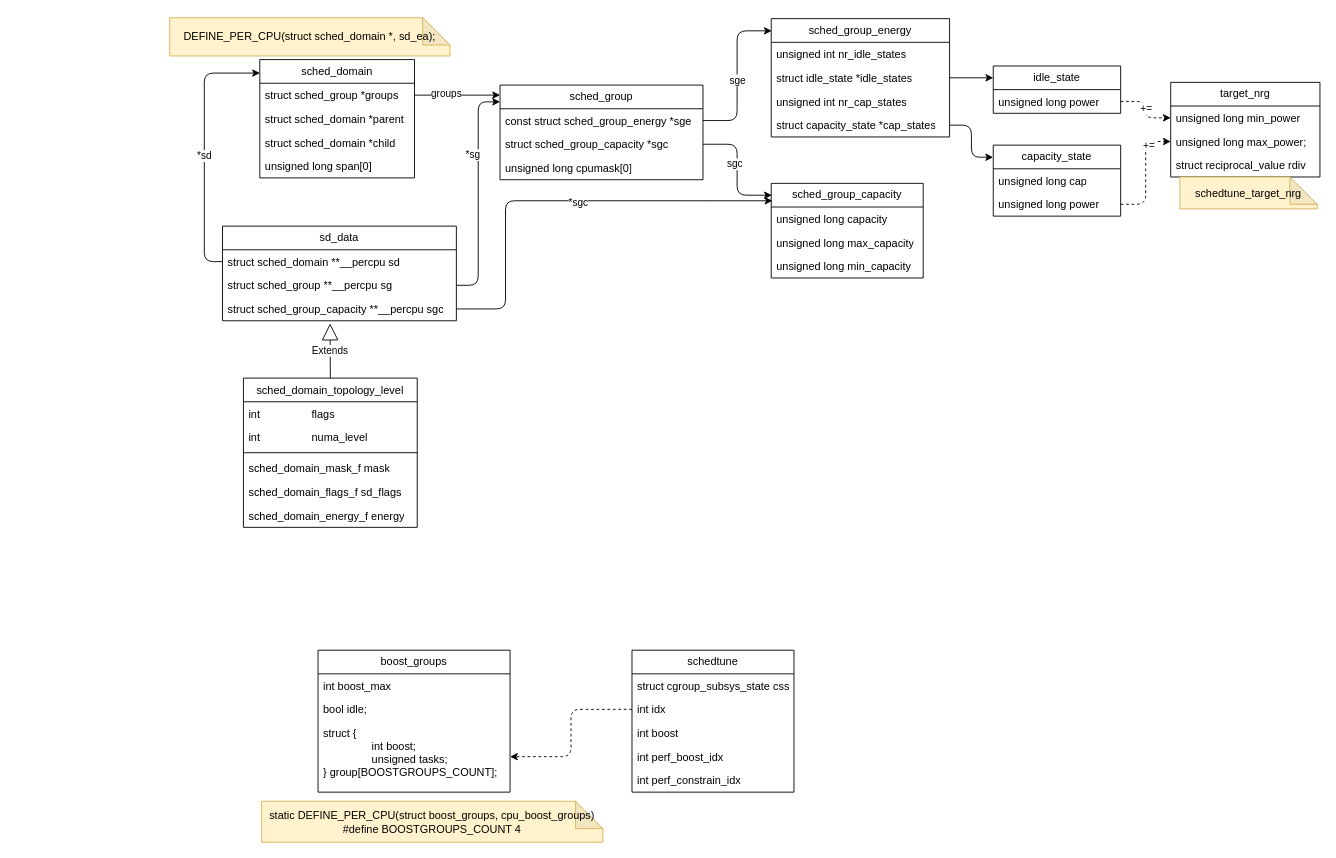
The draw.io diagram schedtune.drawio in jasonactions/graph, before the edit. Source tidied: cells renumbered, new cells numbered last; positions are measured from the earlier drawing's top-left corner, leaving out a move shared by most shapes. Both pictures are drawn from the tidied source at 91%, with x=0, y=0 at pixel (169, 17).
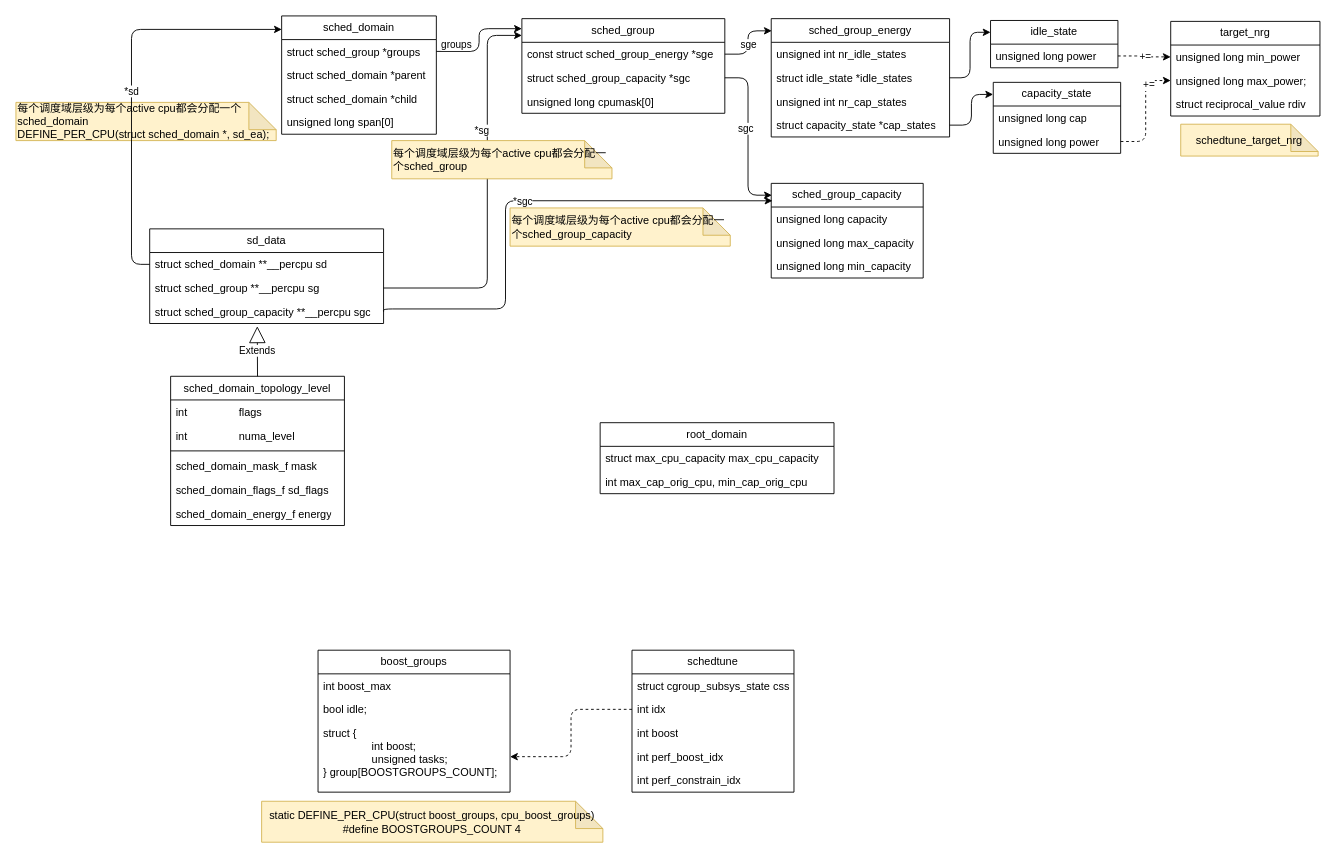
The same diagram, later.

Unchanged cells that the change refers to:
```xml
<mxCell id="7" value="struct sched_group *groups" style="text;strokeColor=none;fillColor=none;align=left;verticalAlign=top;spacingLeft=4;spacingRight=4;overflow=hidden;points=[[0,0.5],[1,0.5]];portConstraint=eastwest;whiteSpace=wrap;html=1;" parent="6" vertex="1">
  <mxGeometry y="26" width="170" height="26" as="geometry" />
</mxCell>
<mxCell id="56" value="struct sched_domain **__percpu sd" style="text;strokeColor=none;fillColor=none;align=left;verticalAlign=top;spacingLeft=4;spacingRight=4;overflow=hidden;points=[[0,0.5],[1,0.5]];portConstraint=eastwest;whiteSpace=wrap;html=1;" parent="55" vertex="1">
  <mxGeometry y="26" width="257" height="26" as="geometry" />
</mxCell>
<mxCell id="57" value="struct sched_group **__percpu sg" style="text;strokeColor=none;fillColor=none;align=left;verticalAlign=top;spacingLeft=4;spacingRight=4;overflow=hidden;points=[[0,0.5],[1,0.5]];portConstraint=eastwest;whiteSpace=wrap;html=1;" parent="55" vertex="1">
  <mxGeometry y="52" width="257" height="26" as="geometry" />
</mxCell>
<mxCell id="71" style="edgeStyle=orthogonalEdgeStyle;rounded=1;jettySize=auto;html=1;entryX=0.008;entryY=0.184;entryDx=0;entryDy=0;entryPerimeter=0;curved=0;exitX=1;exitY=0.5;exitDx=0;exitDy=0;" parent="1" edge="1" source="58" target="30">
  <mxGeometry relative="1" as="geometry">
    <Array as="points">
      <mxPoint x="369" y="320" />
      <mxPoint x="369" y="201" />
    </Array>
  </mxGeometry>
</mxCell>
```

Diff of the diagram source:
```diff
@@
     <mxCell id="2" value="target_nrg" style="swimlane;fontStyle=0;horizontal=1;startSize=26;fillColor=none;whiteSpace=wrap;html=1;" parent="1" vertex="1">
-      <mxGeometry x="1100" y="71" width="164" height="104" as="geometry" />
+      <mxGeometry x="1100" y="4" width="164" height="104" as="geometry" />
     </mxCell>
@@
     <mxCell id="6" value="sched_domain" style="swimlane;fontStyle=0;horizontal=1;startSize=26;fillColor=none;whiteSpace=wrap;html=1;" parent="1" vertex="1">
-      <mxGeometry x="99" y="46" width="170" height="130" as="geometry" />
+      <mxGeometry x="123" y="-2" width="170" height="130" as="geometry" />
     </mxCell>
@@
     <mxCell id="11" value="sched_group" style="swimlane;fontStyle=0;horizontal=1;startSize=26;fillColor=none;whiteSpace=wrap;html=1;" parent="1" vertex="1">
-      <mxGeometry x="363" y="74" width="223" height="104" as="geometry" />
+      <mxGeometry x="387" y="1" width="223" height="104" as="geometry" />
     </mxCell>
@@
-    <mxCell id="15" style="edgeStyle=orthogonalEdgeStyle;rounded=0;jettySize=auto;html=1;entryX=0;entryY=0.106;entryDx=0;entryDy=0;entryPerimeter=0;" parent="1" edge="1" source="7" target="11">
+    <mxCell id="15" style="edgeStyle=orthogonalEdgeStyle;rounded=1;jettySize=auto;html=1;entryX=0;entryY=0.106;entryDx=0;entryDy=0;entryPerimeter=0;curved=0;" parent="1" edge="1" source="7" target="11">
       <mxGeometry relative="1" as="geometry" />
     </mxCell>
     <mxCell id="16" value="groups" style="edgeLabel;html=1;align=center;verticalAlign=middle;" parent="15" vertex="1">
-      <mxGeometry x="-0.27" y="2" relative="1" as="geometry" />
+      <mxGeometry x="-0.27" y="2" relative="1" as="geometry">
+        <mxPoint x="-22" y="-6" as="offset" />
+      </mxGeometry>
     </mxCell>
@@
     <mxCell id="29" value="schedtune_target_nrg" style="shape=note;whiteSpace=wrap;html=1;backgroundOutline=1;darkOpacity=0.05;fillColor=#fff2cc;strokeColor=#d6b656;" parent="1" vertex="1">
-      <mxGeometry x="1110" y="175" width="151" height="35" as="geometry" />
+      <mxGeometry x="1111" y="117" width="151" height="35" as="geometry" />
     </mxCell>
@@
     <mxCell id="43" value="idle_state" style="swimlane;fontStyle=0;horizontal=1;startSize=26;fillColor=none;whiteSpace=wrap;html=1;" parent="1" vertex="1">
-      <mxGeometry x="905" y="53" width="140" height="52" as="geometry" />
+      <mxGeometry x="902" y="3" width="140" height="52" as="geometry" />
     </mxCell>
@@
     <mxCell id="46" value="capacity_state" style="swimlane;fontStyle=0;horizontal=1;startSize=26;fillColor=none;whiteSpace=wrap;html=1;" parent="1" vertex="1">
-      <mxGeometry x="905" y="140" width="140" height="78" as="geometry" />
+      <mxGeometry x="905" y="71" width="140" height="78" as="geometry" />
     </mxCell>
@@
-    <mxCell id="50" value="DEFINE_PER_CPU(struct sched_domain *, sd_ea);" style="shape=note;whiteSpace=wrap;html=1;backgroundOutline=1;darkOpacity=0.05;fillColor=#fff2cc;strokeColor=#d6b656;" parent="1" vertex="1">
-      <mxGeometry width="308" height="42" as="geometry" />
+    <mxCell id="50" value="&lt;div&gt;每个调度域层级为每个active cpu都会分配一个sched_domain&lt;/div&gt;DEFINE_PER_CPU(struct sched_domain *, sd_ea);" style="shape=note;whiteSpace=wrap;html=1;backgroundOutline=1;darkOpacity=0.05;fillColor=#fff2cc;strokeColor=#d6b656;align=left;" parent="1" vertex="1">
+      <mxGeometry x="-169" y="93" width="286" height="42" as="geometry" />
     </mxCell>
@@
     <mxCell id="55" value="sd_data" style="swimlane;fontStyle=0;horizontal=1;startSize=26;fillColor=none;whiteSpace=wrap;html=1;" parent="1" vertex="1">
-      <mxGeometry x="58" y="229" width="257" height="104" as="geometry" />
+      <mxGeometry x="-22" y="232" width="257" height="104" as="geometry" />
     </mxCell>
@@
     <mxCell id="59" value="&lt;span style=&quot;font-weight: 400;&quot;&gt;sched_domain_topology_level&lt;/span&gt;" style="swimlane;fontStyle=1;align=center;verticalAlign=top;horizontal=1;startSize=26;whiteSpace=wrap;html=1;" parent="1" vertex="1">
-      <mxGeometry x="81" y="396" width="191" height="164" as="geometry" />
+      <mxGeometry x="1" y="394" width="191" height="164" as="geometry" />
     </mxCell>
@@
-    <mxCell id="67" style="edgeStyle=orthogonalEdgeStyle;rounded=1;jettySize=auto;html=1;entryX=0.001;entryY=0.114;entryDx=0;entryDy=0;entryPerimeter=0;curved=0;" parent="1" edge="1" source="56" target="6">
+    <mxCell id="67" style="edgeStyle=orthogonalEdgeStyle;rounded=1;jettySize=auto;html=1;entryX=0.001;entryY=0.114;entryDx=0;entryDy=0;entryPerimeter=0;curved=0;exitX=0;exitY=0.5;exitDx=0;exitDy=0;" parent="1" edge="1" source="56" target="6">
       <mxGeometry relative="1" as="geometry" />
     </mxCell>
@@
     <mxCell id="69" style="edgeStyle=orthogonalEdgeStyle;rounded=1;jettySize=auto;html=1;entryX=0;entryY=0.177;entryDx=0;entryDy=0;entryPerimeter=0;curved=0;" parent="1" edge="1" source="57" target="11">
-      <mxGeometry relative="1" as="geometry" />
+      <mxGeometry relative="1" as="geometry">
+        <Array as="points">
+          <mxPoint x="349" y="297" />
+          <mxPoint x="349" y="19" />
+        </Array>
+      </mxGeometry>
     </mxCell>
     <mxCell id="70" value="*sg" style="edgeLabel;html=1;align=center;verticalAlign=middle;" parent="69" vertex="1">
       <mxGeometry x="0.19" y="1" relative="1" as="geometry">
-        <mxPoint x="-6" y="-19" as="offset" />
+        <mxPoint x="-6" y="-32" as="offset" />
       </mxGeometry>
     </mxCell>
@@
     <mxCell id="72" value="*sgc" style="edgeLabel;html=1;align=center;verticalAlign=middle;" parent="71" vertex="1">
       <mxGeometry x="0.08" y="4" relative="1" as="geometry">
-        <mxPoint y="5" as="offset" />
+        <mxPoint x="-23" y="4" as="offset" />
       </mxGeometry>
     </mxCell>
+    <mxCell id="73" value="&lt;div&gt;每个调度域层级为每个active cpu都会分配一个sched_group&lt;/div&gt;" style="shape=note;whiteSpace=wrap;html=1;backgroundOutline=1;darkOpacity=0.05;fillColor=#fff2cc;strokeColor=#d6b656;align=left;" parent="1" vertex="1">
+      <mxGeometry x="244" y="135" width="242" height="42" as="geometry" />
+    </mxCell>
+    <mxCell id="74" value="&lt;div&gt;每个调度域层级为每个active cpu都会分配一个&lt;span style=&quot;text-align: center; background-color: initial;&quot;&gt;sched_group_capacity&lt;/span&gt;&lt;/div&gt;" style="shape=note;whiteSpace=wrap;html=1;backgroundOutline=1;darkOpacity=0.05;fillColor=#fff2cc;strokeColor=#d6b656;align=left;" parent="1" vertex="1">
+      <mxGeometry x="374" y="209" width="242" height="42" as="geometry" />
+    </mxCell>
+    <mxCell id="75" value="root_domain" style="swimlane;fontStyle=0;horizontal=1;startSize=26;fillColor=none;whiteSpace=wrap;html=1;" parent="1" vertex="1">
+      <mxGeometry x="473" y="445" width="257" height="78" as="geometry" />
+    </mxCell>
+    <mxCell id="76" value="struct max_cpu_capacity max_cpu_capacity" style="text;strokeColor=none;fillColor=none;align=left;verticalAlign=top;spacingLeft=4;spacingRight=4;overflow=hidden;whiteSpace=wrap;html=1;" parent="75" vertex="1">
+      <mxGeometry y="26" width="257" height="26" as="geometry" />
+    </mxCell>
+    <mxCell id="77" value="int max_cap_orig_cpu, min_cap_orig_cpu" style="text;strokeColor=none;fillColor=none;align=left;verticalAlign=top;spacingLeft=4;spacingRight=4;overflow=hidden;whiteSpace=wrap;html=1;" parent="75" vertex="1">
+      <mxGeometry y="52" width="257" height="26" as="geometry" />
+    </mxCell>
```
